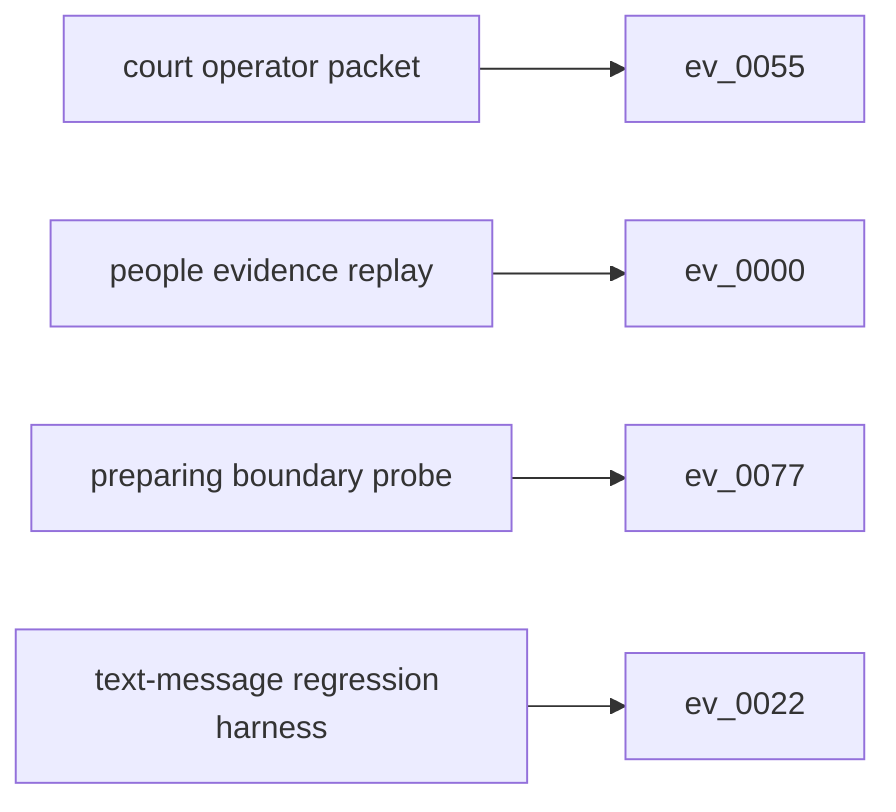
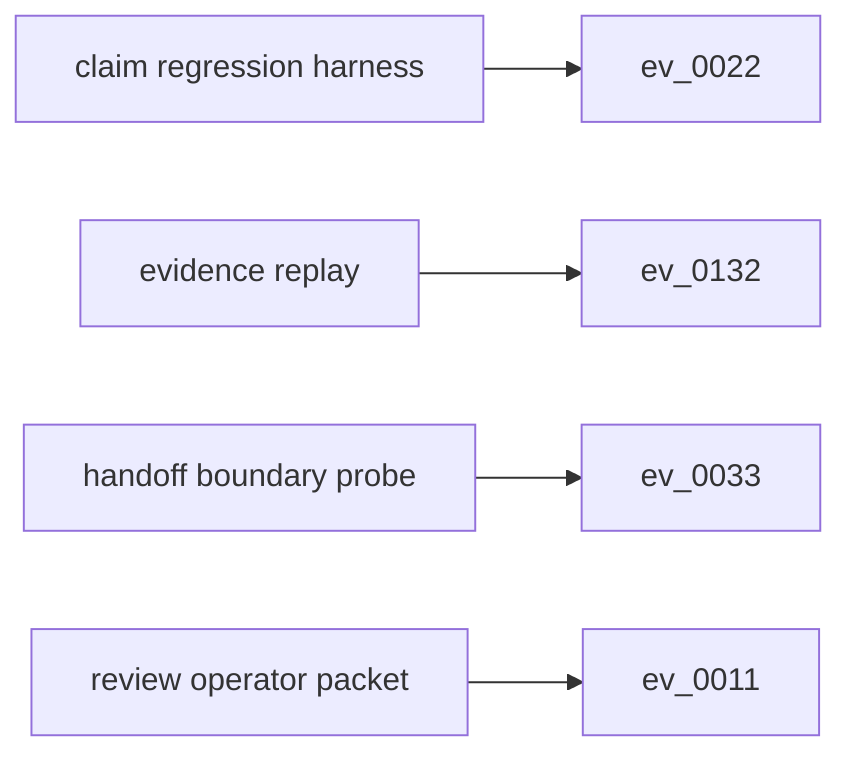
flowchart LR
-   s0["court operator packet"]
-   e0["ev_0055"]
+   s0["claim regression harness"]
+   e0["ev_0022"]
  s0 --> e0
-   s1["people evidence replay"]
-   e1["ev_0000"]
+   s1["evidence replay"]
+   e1["ev_0132"]
  s1 --> e1
-   s2["preparing boundary probe"]
-   e2["ev_0077"]
+   s2["handoff boundary probe"]
+   e2["ev_0033"]
  s2 --> e2
-   s3["text-message regression harness"]
-   e3["ev_0022"]
+   s3["review operator packet"]
+   e3["ev_0011"]
  s3 --> e3
